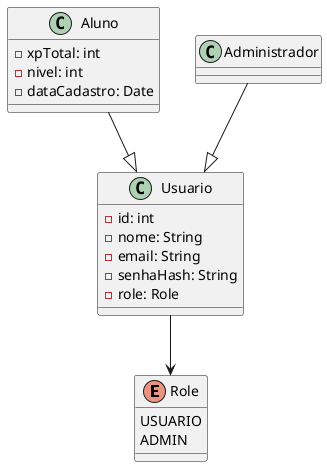
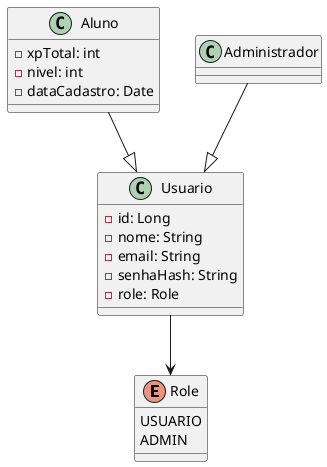
@startuml

' Enum de papéis
enum Role {
  USUARIO
  ADMIN
}

' Classe Pessoa
class Usuario {
-   -id: int
+   -id: Long
  -nome: String
  -email: String
  -senhaHash: String
  -role: Role
}

' Classe Usuario
class Aluno {
  -xpTotal: int
  -nivel: int
  -dataCadastro: Date
}

' Classe Administrador
class Administrador {
}

' Relacionamentos
Aluno --|> Usuario
Administrador --|> Usuario
Usuario --> Role

@enduml
